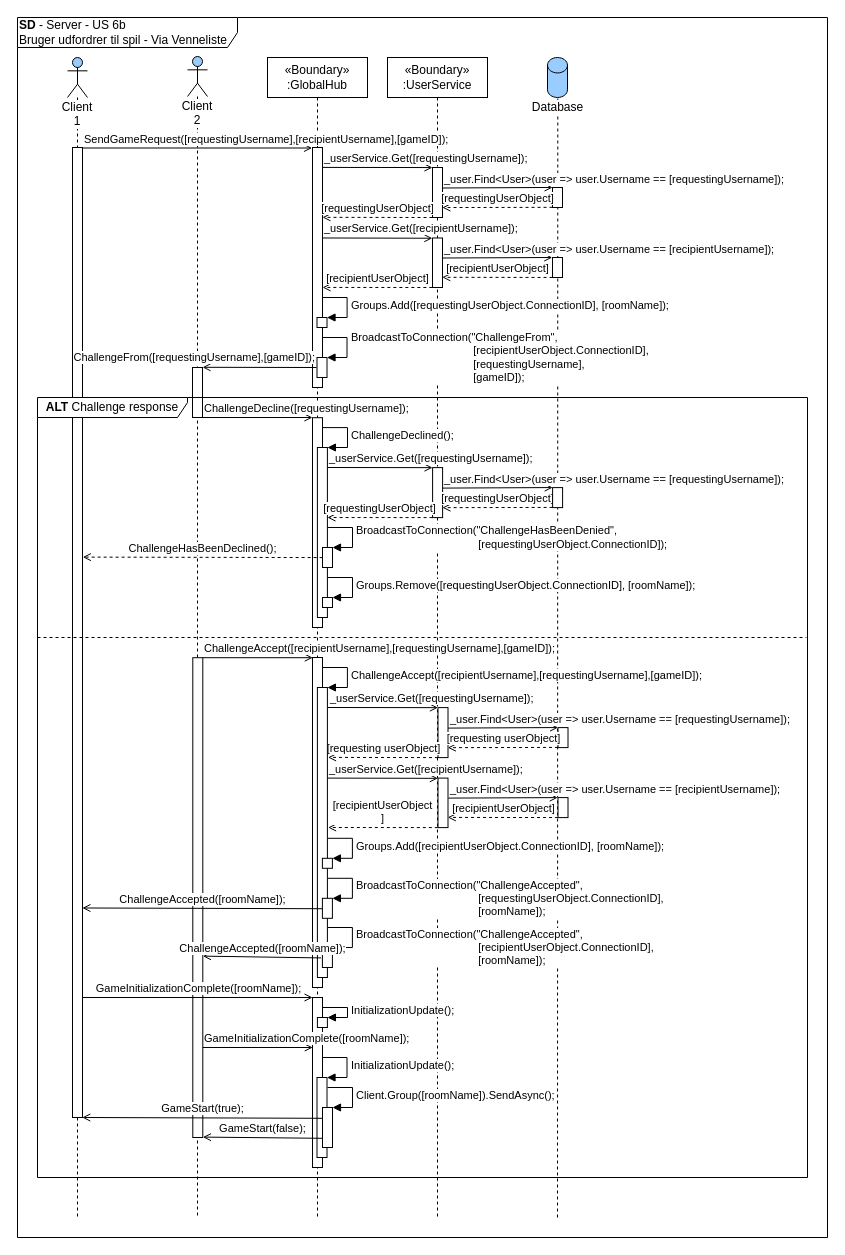
This is page "SD-Server" (2 of 3) of diagrams/arkitektur/US6b_challenge-friendslist.drawio from Macradon/I7BAC-PlugNPlay, a draw.io file, before an edit. Source tidied: cells renumbered, new cells numbered last; positions are measured from the earlier drawing's top-left corner, leaving out a move shared by most shapes. Both pictures are drawn from the tidied source at 100%, with x=0, y=0 at pixel (17, 17).
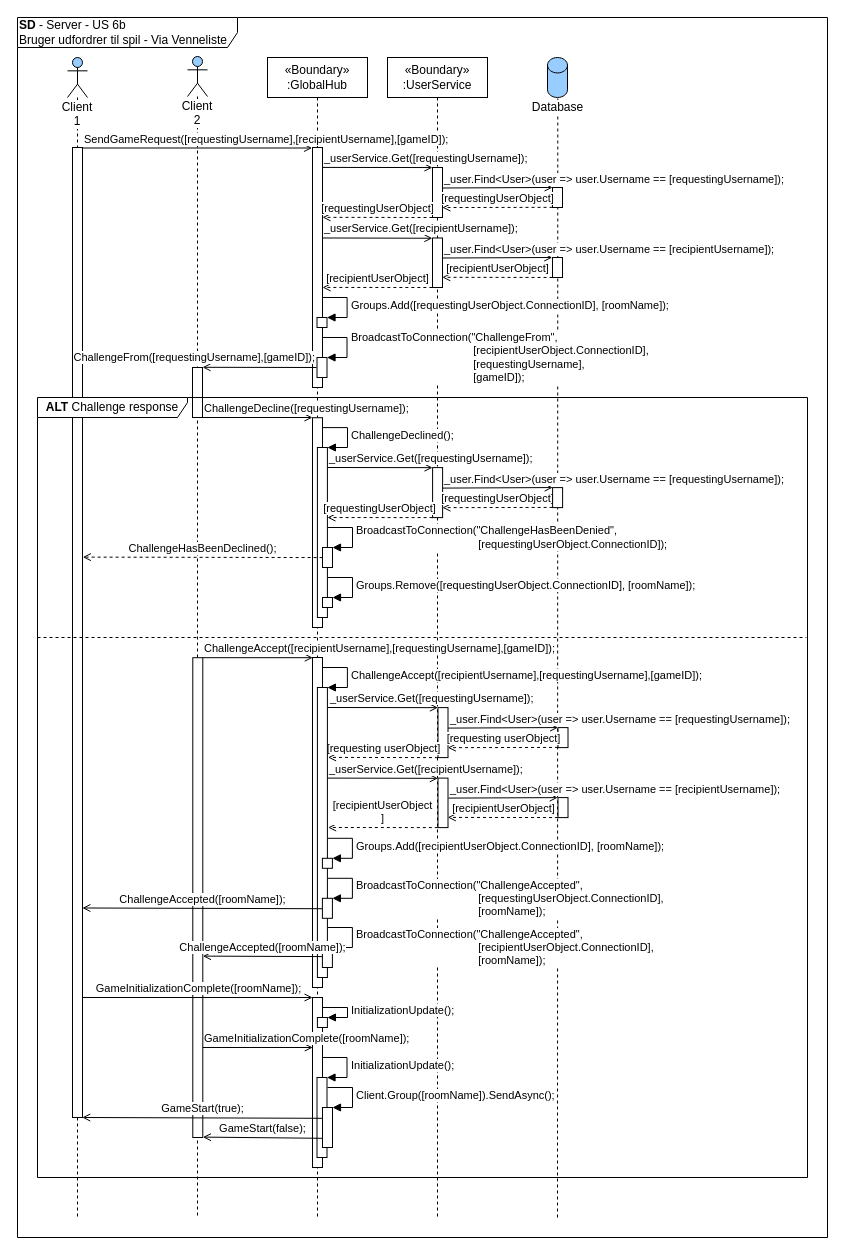
The same page after the edit.

The change refers to these unchanged cells:
```xml
<mxCell id="24" style="html=1;points=[];perimeter=orthogonalPerimeter;labelBackgroundColor=#ffffff;" parent="1" vertex="1">
  <mxGeometry x="175.3" y="640.2" width="10" height="479.8" as="geometry" />
</mxCell>
<mxCell id="80" style="html=1;points=[];perimeter=orthogonalPerimeter;labelBackgroundColor=#ffffff;" parent="1" vertex="1">
  <mxGeometry x="304.9" y="930" width="10" height="20" as="geometry" />
</mxCell>
```

Change to the diagram source:
```diff
@@
-    <mxCell id="81" value="ChallengeAccepted([roomName]);" style="html=1;verticalAlign=bottom;endArrow=open;endFill=0;align=center;exitX=-0.127;exitY=0.521;exitDx=0;exitDy=0;exitPerimeter=0;entryX=1.01;entryY=0.622;entryDx=0;entryDy=0;entryPerimeter=0;" parent="1" edge="1" source="80" target="24">
+    <mxCell id="81" value="ChallengeAccepted([roomName]);" style="html=1;verticalAlign=bottom;endArrow=open;endFill=0;align=center;exitX=-0.02;exitY=0.454;exitDx=0;exitDy=0;exitPerimeter=0;entryX=1.01;entryY=0.622;entryDx=0;entryDy=0;entryPerimeter=0;" parent="1" edge="1" source="80" target="24">
       <mxGeometry relative="1" as="geometry" />
     </mxCell>
```
